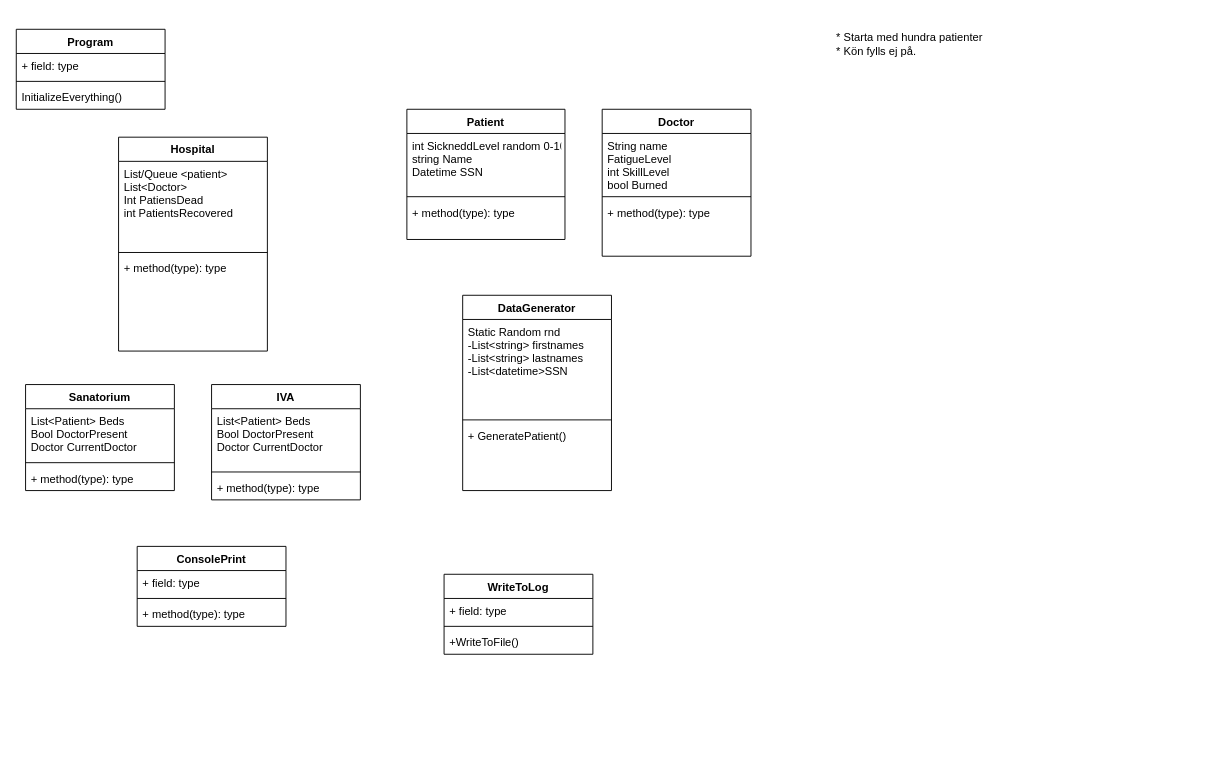
Earlier version of the draw.io diagram uml.drawio (OscarKarlsson/KrankenHausLab1). Source tidied: cells renumbered, new cells numbered last; positions are measured from the earlier drawing's top-left corner, leaving out a move shared by most shapes. Both pictures are drawn from the tidied source at 93%, with x=0, y=0 at pixel (16, 16).
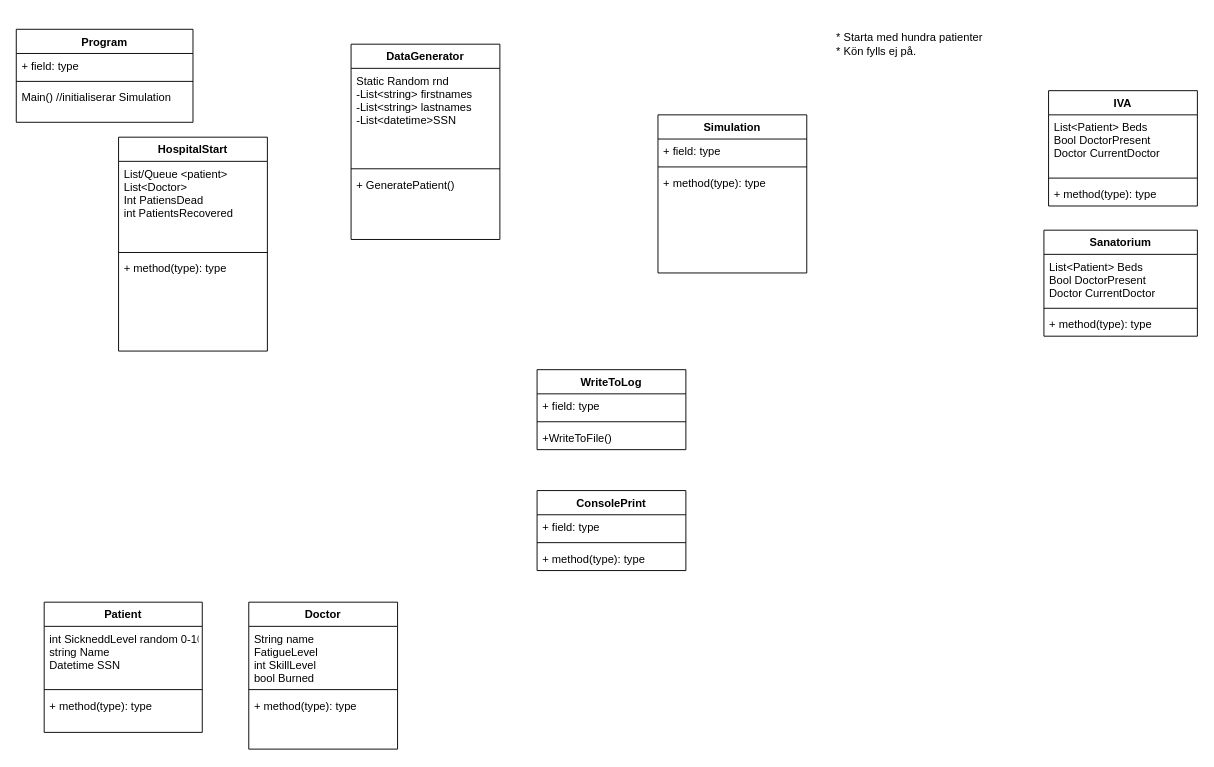
The same diagram, later.

The edit, as a diff of the source:
```diff
@@
-    <mxCell id="2" value="Hospital" style="swimlane;fontStyle=1;align=center;verticalAlign=top;horizontal=1;startSize=26;" parent="1" vertex="1">
+    <mxCell id="2" value="HospitalStart" style="swimlane;fontStyle=1;align=center;verticalAlign=top;horizontal=1;startSize=26;" parent="1" vertex="1">
       <mxGeometry x="110" y="130" width="160" height="230" as="geometry" />
     </mxCell>
-    <mxCell id="3" value="List/Queue &lt;patient&gt;&#10;List&lt;Doctor&gt;&#10;Int PatiensDead&#10;int PatientsRecovered" style="text;strokeColor=none;fillColor=none;align=left;verticalAlign=top;spacingLeft=4;spacingRight=4;overflow=hidden;" parent="2" vertex="1">
+    <mxCell id="3" value="List/Queue &lt;patient&gt;&#10;List&lt;Doctor&gt;&#10;Int PatiensDead&#10;int PatientsRecovered&#10;" style="text;strokeColor=none;fillColor=none;align=left;verticalAlign=top;spacingLeft=4;spacingRight=4;overflow=hidden;" parent="2" vertex="1">
       <mxGeometry y="26" width="160" height="94" as="geometry" />
     </mxCell>
@@
     <mxCell id="6" value="Doctor" style="swimlane;fontStyle=1;align=center;verticalAlign=top;horizontal=1;startSize=26;" parent="1" vertex="1">
-      <mxGeometry x="630" y="100" width="160" height="158" as="geometry" />
+      <mxGeometry x="250" y="630" width="160" height="158" as="geometry" />
     </mxCell>
@@
     <mxCell id="10" value="Sanatorium" style="swimlane;fontStyle=1;align=center;verticalAlign=top;horizontal=1;startSize=26;" parent="1" vertex="1">
-      <mxGeometry x="10" y="396" width="160" height="114" as="geometry" />
+      <mxGeometry x="1105" y="230" width="165" height="114" as="geometry" />
     </mxCell>
     <mxCell id="11" value="List&lt;Patient&gt; Beds&#10;Bool DoctorPresent&#10;Doctor CurrentDoctor " style="text;strokeColor=none;fillColor=none;align=left;verticalAlign=top;spacingLeft=4;spacingRight=4;overflow=hidden;" parent="10" vertex="1">
-      <mxGeometry y="26" width="160" height="54" as="geometry" />
+      <mxGeometry y="26" width="165" height="54" as="geometry" />
     </mxCell>
     <mxCell id="12" style="line;strokeWidth=1;fillColor=none;align=left;verticalAlign=middle;spacingTop=-1;spacingLeft=3;spacingRight=3;labelPosition=right;" parent="10" vertex="1">
-      <mxGeometry y="80" width="160" height="8" as="geometry" />
+      <mxGeometry y="80" width="165" height="8" as="geometry" />
     </mxCell>
     <mxCell id="13" value="+ method(type): type" style="text;strokeColor=none;fillColor=none;align=left;verticalAlign=top;spacingLeft=4;spacingRight=4;overflow=hidden;" parent="10" vertex="1">
-      <mxGeometry y="88" width="160" height="26" as="geometry" />
+      <mxGeometry y="88" width="165" height="26" as="geometry" />
     </mxCell>
     <mxCell id="14" value="IVA" style="swimlane;fontStyle=1;align=center;verticalAlign=top;horizontal=1;startSize=26;" parent="1" vertex="1">
-      <mxGeometry x="210" y="396" width="160" height="124" as="geometry" />
+      <mxGeometry x="1110" y="80" width="160" height="124" as="geometry" />
     </mxCell>
@@
     <mxCell id="18" value="DataGenerator&#10;" style="swimlane;fontStyle=1;align=center;verticalAlign=top;horizontal=1;startSize=26;" parent="1" vertex="1">
-      <mxGeometry x="480" y="300" width="160" height="210" as="geometry" />
+      <mxGeometry x="360" y="30" width="160" height="210" as="geometry" />
     </mxCell>
@@
     <mxCell id="23" value="Patient" style="swimlane;fontStyle=1;align=center;verticalAlign=top;horizontal=1;startSize=26;" parent="1" vertex="1">
-      <mxGeometry x="420" y="100" width="170" height="140" as="geometry" />
+      <mxGeometry x="30" y="630" width="170" height="140" as="geometry" />
     </mxCell>
@@
     <mxCell id="27" value="Program" style="swimlane;fontStyle=1;align=center;verticalAlign=top;horizontal=1;startSize=26;" parent="1" vertex="1">
-      <mxGeometry y="14" width="160" height="86" as="geometry" />
+      <mxGeometry y="14" width="190" height="100" as="geometry" />
     </mxCell>
     <mxCell id="28" value="+ field: type" style="text;strokeColor=none;fillColor=none;align=left;verticalAlign=top;spacingLeft=4;spacingRight=4;overflow=hidden;" parent="27" vertex="1">
-      <mxGeometry y="26" width="160" height="26" as="geometry" />
+      <mxGeometry y="26" width="190" height="26" as="geometry" />
     </mxCell>
     <mxCell id="29" style="line;strokeWidth=1;fillColor=none;align=left;verticalAlign=middle;spacingTop=-1;spacingLeft=3;spacingRight=3;labelPosition=right;" parent="27" vertex="1">
-      <mxGeometry y="52" width="160" height="8" as="geometry" />
+      <mxGeometry y="52" width="190" height="8" as="geometry" />
     </mxCell>
-    <mxCell id="30" value="InitializeEverything()" style="text;strokeColor=none;fillColor=none;align=left;verticalAlign=top;spacingLeft=4;spacingRight=4;overflow=hidden;" parent="27" vertex="1">
-      <mxGeometry y="60" width="160" height="26" as="geometry" />
+    <mxCell id="30" value="Main() //initialiserar Simulation" style="text;strokeColor=none;fillColor=none;align=left;verticalAlign=top;spacingLeft=4;spacingRight=4;overflow=hidden;" parent="27" vertex="1">
+      <mxGeometry y="60" width="190" height="40" as="geometry" />
     </mxCell>
     <mxCell id="31" value="ConsolePrint" style="swimlane;fontStyle=1;align=center;verticalAlign=top;horizontal=1;startSize=26;" parent="1" vertex="1">
-      <mxGeometry x="130" y="570" width="160" height="86" as="geometry" />
+      <mxGeometry x="560" y="510" width="160" height="86" as="geometry" />
     </mxCell>
@@
     <mxCell id="35" value="WriteToLog" style="swimlane;fontStyle=1;align=center;verticalAlign=top;horizontal=1;startSize=26;" parent="1" vertex="1">
-      <mxGeometry x="460" y="600" width="160" height="86" as="geometry" />
+      <mxGeometry x="560" y="380" width="160" height="86" as="geometry" />
     </mxCell>
@@
+    <mxCell id="39" value="Simulation" style="swimlane;fontStyle=1;align=center;verticalAlign=top;horizontal=1;startSize=26;" parent="1" vertex="1">
+      <mxGeometry x="690" y="106" width="160" height="170" as="geometry" />
+    </mxCell>
+    <mxCell id="40" value="+ field: type" style="text;strokeColor=none;fillColor=none;align=left;verticalAlign=top;spacingLeft=4;spacingRight=4;overflow=hidden;" parent="39" vertex="1">
+      <mxGeometry y="26" width="160" height="26" as="geometry" />
+    </mxCell>
+    <mxCell id="41" style="line;strokeWidth=1;fillColor=none;align=left;verticalAlign=middle;spacingTop=-1;spacingLeft=3;spacingRight=3;labelPosition=right;" parent="39" vertex="1">
+      <mxGeometry y="52" width="160" height="8" as="geometry" />
+    </mxCell>
+    <mxCell id="42" value="+ method(type): type" style="text;strokeColor=none;fillColor=none;align=left;verticalAlign=top;spacingLeft=4;spacingRight=4;overflow=hidden;" parent="39" vertex="1">
+      <mxGeometry y="60" width="160" height="110" as="geometry" />
+    </mxCell>
```
